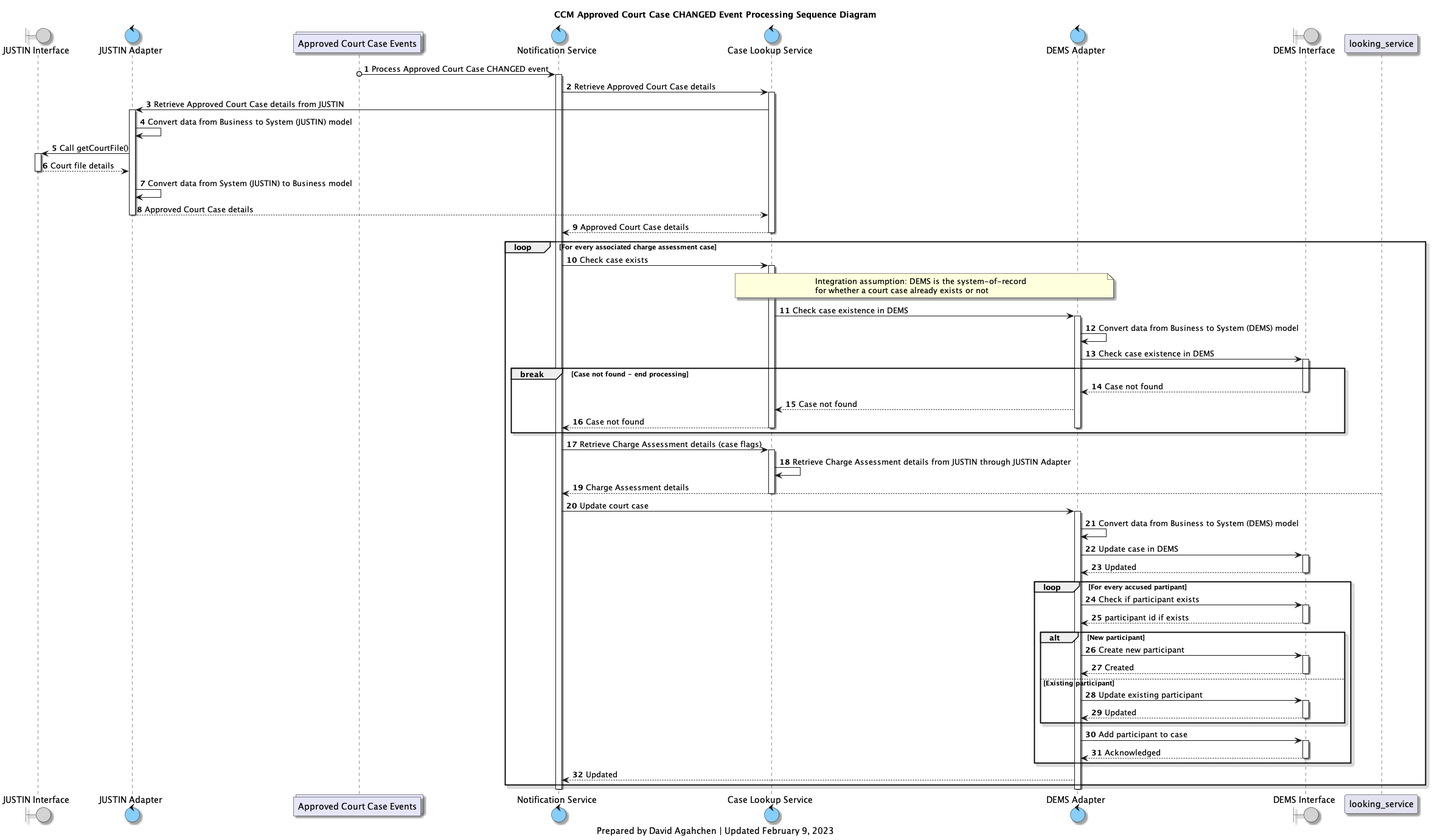
Before: diagrams/img/ccm_approved_court_case_changed_processing_sequence_diagram.png, a diagram exported from PlantUML (bcgov/jpss-jade-ccm). Its source is kept beside it as diagrams/ccm_approved_court_case_changed_processing_sequence_diagram.plantuml.
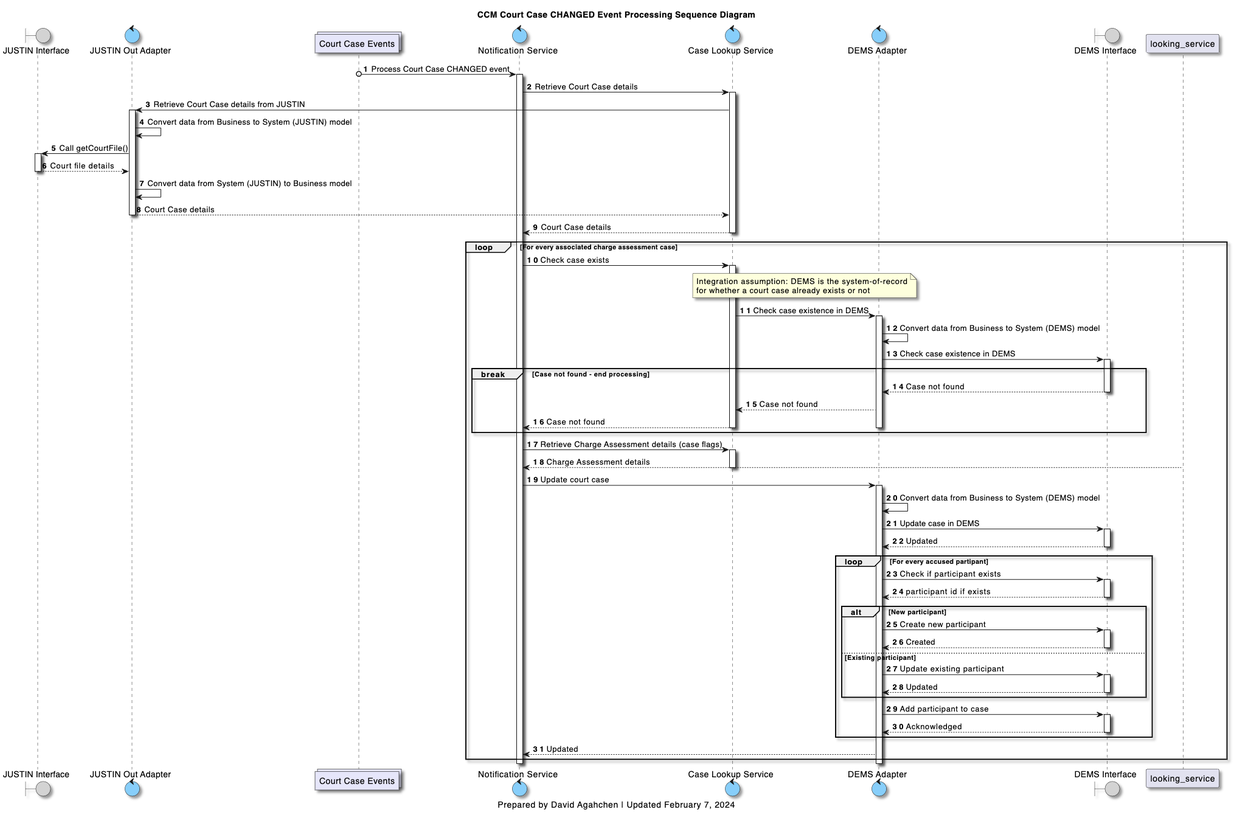
After the commit.

Change to the diagram source:
```diff
@@ -7,25 +7,25 @@
 
 
 boundary j_interface as "JUSTIN Interface"
-control j_adapter as "JUSTIN Adapter"
-collections approved_court_case_topic as "Approved Court Case Events"
+control j_adapter as "JUSTIN Out Adapter"
+collections court_case_topic as "Court Case Events"
 control notification_service as "Notification Service"
 control lookup_service as "Case Lookup Service"
 control d_adapter as "DEMS Adapter"
 boundary d_interface as "DEMS Interface"
 
 title
-CCM Approved Court Case CHANGED Event Processing Sequence Diagram
+CCM Court Case CHANGED Event Processing Sequence Diagram
 end title
 
 autonumber
 
-approved_court_case_topic o-> notification_service: Process Approved Court Case CHANGED event
+court_case_topic o-> notification_service: Process Court Case CHANGED event
 activate notification_service
 
-notification_service -> lookup_service: Retrieve Approved Court Case details
+notification_service -> lookup_service: Retrieve Court Case details
 activate lookup_service
-lookup_service -> j_adapter: Retrieve Approved Court Case details from JUSTIN
+lookup_service -> j_adapter: Retrieve Court Case details from JUSTIN
 
 activate j_adapter
 j_adapter -> j_adapter: Convert data from Business to System (JUSTIN) model
@@ -34,10 +34,10 @@
 j_interface --> j_adapter: Court file details
 deactivate j_interface
 j_adapter -> j_adapter: Convert data from System (JUSTIN) to Business model
-j_adapter --> lookup_service: Approved Court Case details
+j_adapter --> lookup_service: Court Case details
 deactivate j_adapter
 
-lookup_service --> notification_service: Approved Court Case details
+lookup_service --> notification_service: Court Case details
 deactivate lookup_service
 
 loop For every associated charge assessment case
@@ -65,7 +65,6 @@
 
     notification_service -> lookup_service: Retrieve Charge Assessment details (case flags)
     activate lookup_service
-    lookup_service -> lookup_service: Retrieve Charge Assessment details from JUSTIN through JUSTIN Adapter
     looking_service --> notification_service: Charge Assessment details
     deactivate lookup_service
 
@@ -107,6 +106,6 @@
 deactivate notification_service
 
 caption
-Prepared by David Agahchen | Updated February 9, 2023
+Prepared by David Agahchen | Updated February 7, 2024
 end caption
 @enduml
```
